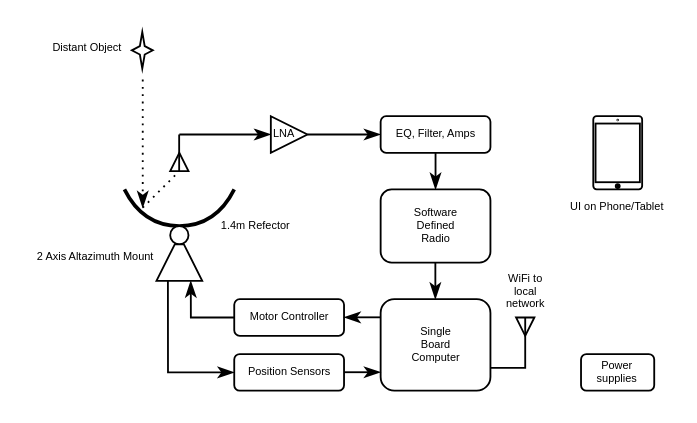
The draw.io diagram diagrams/hw-block-diagram.drawio in frihamnstorget-space-observatory/radio-telescope, before the edit. Source tidied: cells renumbered, new cells numbered last; positions are measured from the earlier drawing's top-left corner, leaving out a move shared by most shapes. Both pictures are drawn from the tidied source at 183%, with x=0, y=0 at pixel (31, 31).
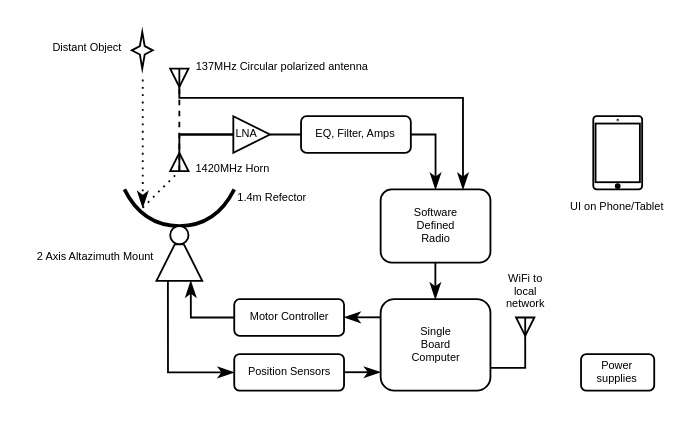
The same diagram, later.

The change refers to these unchanged cells:
```xml
<mxCell id="18" value="Software&lt;br&gt;Defined&lt;br&gt;Radio" style="rounded=1;whiteSpace=wrap;html=1;fontSize=6;strokeWidth=1;" parent="1" vertex="1">
  <mxGeometry x="190.5" y="86" width="60" height="40" as="geometry" />
</mxCell>
```

The edit, as a diff of the source:
```diff
@@
+    <mxCell id="32" style="triangle;whiteSpace=wrap;html=1;fontSize=6;strokeWidth=1;rotation=90;" parent="1" vertex="1">
+      <mxGeometry x="75.5" y="20" width="10" height="10" as="geometry" />
+    </mxCell>
+    <mxCell id="33" style="triangle;whiteSpace=wrap;html=1;fontSize=6;strokeWidth=1;rotation=-90;" parent="1" vertex="1">
+      <mxGeometry x="75.5" y="66" width="10" height="10" as="geometry" />
+    </mxCell>
+    <mxCell id="34" style="edgeStyle=orthogonalEdgeStyle;rounded=0;jettySize=auto;html=1;exitX=0;exitY=0.5;exitDx=0;exitDy=0;endArrow=classicThin;endFill=1;startArrow=none;" parent="1" edge="1" source="15">
+      <mxGeometry relative="1" as="geometry">
+        <mxPoint x="130" y="56" as="targetPoint" />
+        <Array as="points">
+          <mxPoint x="81" y="56" />
+        </Array>
+      </mxGeometry>
+    </mxCell>
@@
-    <mxCell id="6" style="triangle;whiteSpace=wrap;html=1;rotation=-90;" parent="1" vertex="1">
-      <mxGeometry x="75.5" y="66" width="10" height="10" as="geometry" />
-    </mxCell>
-    <mxCell id="7" style="endArrow=none;html=1;strokeWidth=1;" parent="1" edge="1">
-      <mxGeometry relative="1" as="geometry">
-        <mxPoint x="80.4" y="76" as="sourcePoint" />
-        <mxPoint x="80.4" y="56" as="targetPoint" />
-      </mxGeometry>
-    </mxCell>
@@
-    <mxCell id="9" style="endArrow=classicThin;html=1;entryX=0;entryY=0.5;entryDx=0;entryDy=0;endFill=1;" parent="1" edge="1" target="15">
-      <mxGeometry relative="1" as="geometry">
-        <mxPoint x="80.5" y="56" as="sourcePoint" />
-      </mxGeometry>
-    </mxCell>
@@
-    <mxCell id="14" style="edgeStyle=orthogonalEdgeStyle;rounded=0;jumpSize=6;jettySize=auto;html=1;exitX=1;exitY=0.5;exitDx=0;exitDy=0;fontSize=6;sourcePerimeterSpacing=1;targetPerimeterSpacing=0;strokeWidth=1;endArrow=classicThin;endFill=1;" parent="1" edge="1" source="15">
+    <mxCell id="14" style="edgeStyle=orthogonalEdgeStyle;rounded=0;jumpSize=6;jettySize=auto;html=1;exitX=1;exitY=0.5;exitDx=0;exitDy=0;fontSize=6;targetPerimeterSpacing=0;strokeWidth=1;endArrow=classicThin;endFill=1;startArrow=none;" parent="1" edge="1" source="17">
       <mxGeometry relative="1" as="geometry">
         <mxPoint x="190.5" y="56" as="targetPoint" />
       </mxGeometry>
     </mxCell>
-    <mxCell id="15" value="LNA   " style="triangle;verticalAlign=middle;labelPosition=center;verticalLabelPosition=middle;align=center;spacing=0;fontSize=6;" parent="1" vertex="1">
-      <mxGeometry x="130.5" y="46" width="20" height="20" as="geometry" />
-    </mxCell>
-    <mxCell id="16" style="edgeStyle=orthogonalEdgeStyle;rounded=0;jumpSize=6;jettySize=auto;html=1;exitX=0.5;exitY=1;exitDx=0;exitDy=0;entryX=0.5;entryY=0;entryDx=0;entryDy=0;fontSize=6;endArrow=classicThin;endFill=1;sourcePerimeterSpacing=1;targetPerimeterSpacing=0;strokeWidth=1;" parent="1" edge="1" source="17" target="18">
+    <mxCell id="16" style="edgeStyle=orthogonalEdgeStyle;rounded=0;jumpSize=6;jettySize=auto;html=1;exitX=1;exitY=0.5;exitDx=0;exitDy=0;entryX=0.5;entryY=0;entryDx=0;entryDy=0;fontSize=6;endArrow=classicThin;endFill=1;sourcePerimeterSpacing=1;targetPerimeterSpacing=0;strokeWidth=1;" parent="1" edge="1" source="17" target="18">
       <mxGeometry relative="1" as="geometry" />
     </mxCell>
-    <mxCell id="17" value="EQ, Filter, Amps" style="rounded=1;whiteSpace=wrap;html=1;fontSize=6;strokeWidth=1;" parent="1" vertex="1">
-      <mxGeometry x="190.5" y="46" width="60" height="20" as="geometry" />
-    </mxCell>
@@
     <mxCell id="28" value="1.4m Refector" style="text;strokeColor=none;fillColor=none;align=center;verticalAlign=middle;whiteSpace=wrap;rounded=0;fontSize=6;" parent="1" vertex="1">
-      <mxGeometry x="100.5" y="101" width="42.5" height="10" as="geometry" />
+      <mxGeometry x="110" y="86" width="42.5" height="10" as="geometry" />
     </mxCell>
@@
+    <mxCell id="35" value="1420MHz Horn" style="text;strokeColor=none;fillColor=none;align=center;verticalAlign=middle;whiteSpace=wrap;rounded=0;fontSize=6;" parent="1" vertex="1">
+      <mxGeometry x="86" y="70" width="47.5" height="10" as="geometry" />
+    </mxCell>
+    <mxCell id="36" style="edgeStyle=orthogonalEdgeStyle;rounded=0;jettySize=auto;html=1;exitX=0;exitY=0.5;exitDx=0;exitDy=0;entryX=0.75;entryY=0;entryDx=0;entryDy=0;endArrow=classicThin;endFill=1;" parent="1" edge="1" source="32" target="18">
+      <mxGeometry relative="1" as="geometry">
+        <Array as="points">
+          <mxPoint x="81" y="36" />
+          <mxPoint x="236" y="36" />
+        </Array>
+      </mxGeometry>
+    </mxCell>
+    <mxCell id="15" value="LNA   " style="triangle;verticalAlign=middle;labelPosition=center;verticalLabelPosition=middle;align=center;spacing=0;fontSize=6;" parent="1" vertex="1">
+      <mxGeometry x="110" y="46" width="20" height="20" as="geometry" />
+    </mxCell>
+    <mxCell id="37" style="edgeStyle=orthogonalEdgeStyle;rounded=0;jettySize=auto;html=1;exitX=0;exitY=0.5;exitDx=0;exitDy=0;endArrow=none;endFill=1;" parent="1" edge="1" source="33" target="15">
+      <mxGeometry relative="1" as="geometry">
+        <Array as="points">
+          <mxPoint x="81" y="56" />
+        </Array>
+      </mxGeometry>
+    </mxCell>
+    <mxCell id="17" value="EQ, Filter, Amps" style="rounded=1;whiteSpace=wrap;html=1;fontSize=6;strokeWidth=1;" parent="1" vertex="1">
+      <mxGeometry x="147" y="46" width="60" height="20" as="geometry" />
+    </mxCell>
+    <mxCell id="38" style="edgeStyle=orthogonalEdgeStyle;rounded=0;jumpSize=6;jettySize=auto;html=1;exitX=1;exitY=0.5;exitDx=0;exitDy=0;fontSize=6;sourcePerimeterSpacing=1;strokeWidth=1;endArrow=none;endFill=1;" parent="1" edge="1" source="15">
+      <mxGeometry relative="1" as="geometry">
+        <mxPoint x="147" y="56" as="targetPoint" />
+      </mxGeometry>
+    </mxCell>
+    <mxCell id="39" value="137MHz Circular polarized antenna" style="text;strokeColor=none;fillColor=none;align=center;verticalAlign=middle;whiteSpace=wrap;rounded=0;fontSize=6;" parent="1" vertex="1">
+      <mxGeometry x="86.5" y="14" width="100" height="10" as="geometry" />
+    </mxCell>
+    <mxCell id="40" style="endArrow=none;dashed=1;html=1;entryX=1;entryY=0.5;entryDx=0;entryDy=0;exitX=0;exitY=0.5;exitDx=0;exitDy=0;" parent="1" edge="1" source="33" target="32">
+      <mxGeometry relative="1" as="geometry" />
+    </mxCell>
```
